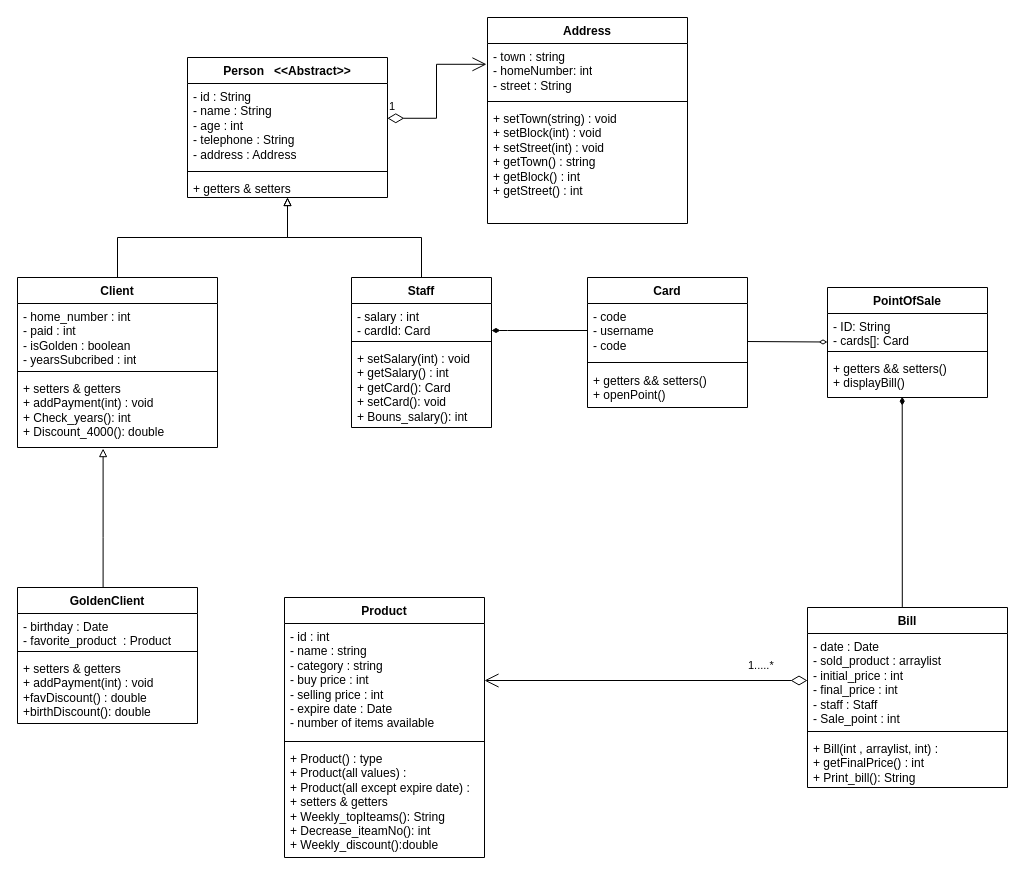
Above: UML/supermarket-uml.drawio in DiaaAhmedHassan/SuperMarketSystem (draw.io), before the change. Source tidied: cells renumbered, new cells numbered last; positions are measured from the earlier drawing's top-left corner, leaving out a move shared by most shapes. Both pictures are drawn from the tidied source at 100%, with x=0, y=0 at pixel (17, 17).
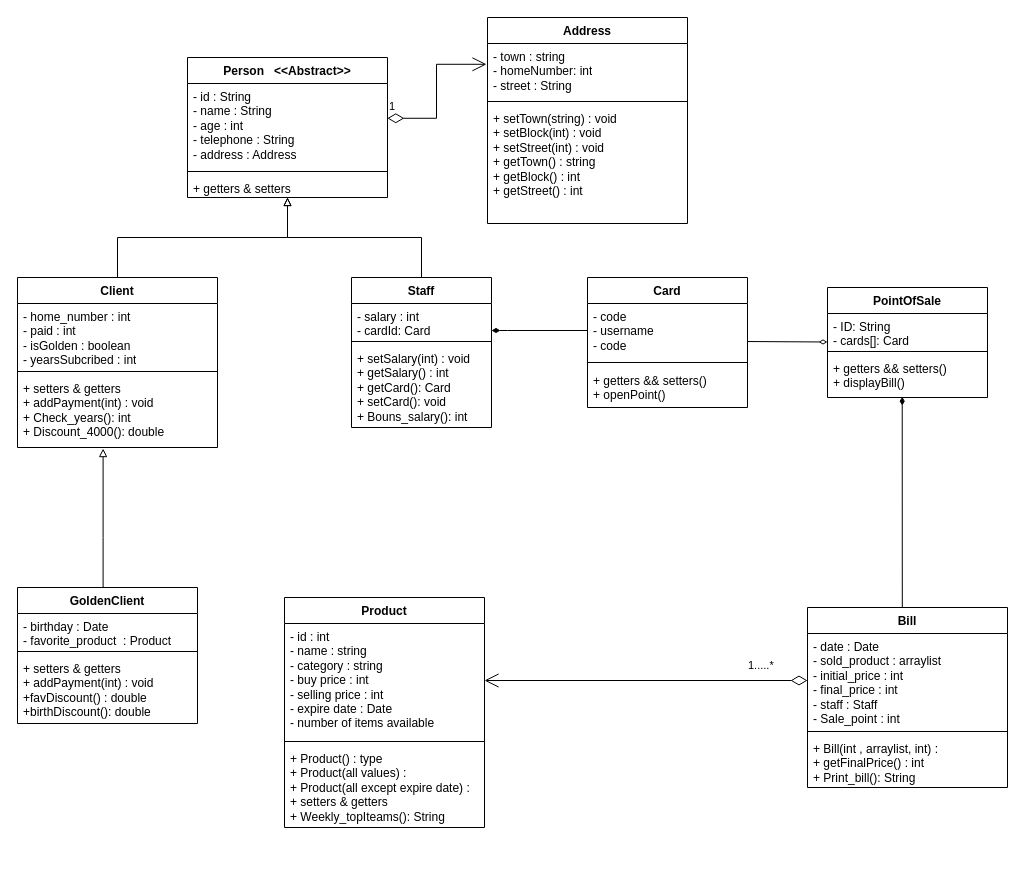
The same page after the edit.

The edit, as a diff of the source:
```diff
@@
     <mxCell id="2" value="Product" style="swimlane;fontStyle=1;align=center;verticalAlign=top;horizontal=1;startSize=26;whiteSpace=wrap;html=1;" parent="1" vertex="1">
-      <mxGeometry x="267" y="580" width="200" height="260" as="geometry" />
+      <mxGeometry x="267" y="580" width="200" height="230" as="geometry" />
     </mxCell>
@@
-    <mxCell id="5" value="+ Product() : type&lt;br&gt;+ Product(all values) :&lt;br&gt;+ Product(all except expire date) :&amp;nbsp;&amp;nbsp;&lt;br&gt;+ setters &amp;amp; getters&lt;br&gt;+ Weekly_topIteams(): String&lt;br&gt;+ Decrease_iteamNo(): int&lt;br style=&quot;border-color: var(--border-color);&quot;&gt;+ Weekly_discount():double&amp;nbsp;" style="text;strokeColor=none;fillColor=none;align=left;verticalAlign=top;spacingLeft=4;spacingRight=4;overflow=hidden;whiteSpace=wrap;html=1;" parent="2" vertex="1">
-      <mxGeometry y="148" width="200" height="112" as="geometry" />
+    <mxCell id="5" value="+ Product() : type&lt;br&gt;+ Product(all values) :&lt;br&gt;+ Product(all except expire date) :&amp;nbsp;&amp;nbsp;&lt;br&gt;+ setters &amp;amp; getters&lt;br&gt;+ Weekly_topIteams(): String" style="text;strokeColor=none;fillColor=none;align=left;verticalAlign=top;spacingLeft=4;spacingRight=4;overflow=hidden;whiteSpace=wrap;html=1;" parent="2" vertex="1">
+      <mxGeometry y="148" width="200" height="82" as="geometry" />
     </mxCell>
```
